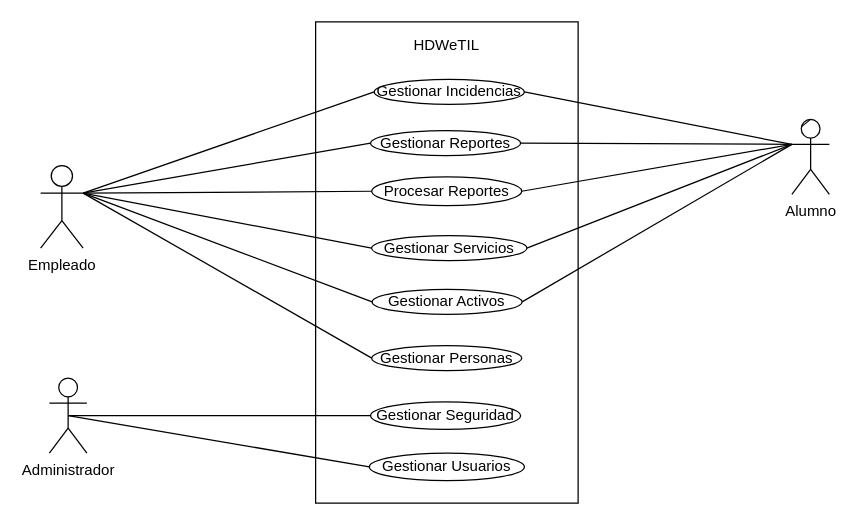
Above: page "CU-01" (1 of 4) of documentation/Modelo/Plan-Requisito/Casos_Uso/CasoUso.drawio in RodSebDaS/HDWeTIL (draw.io), before the change. Source tidied: cells renumbered, new cells numbered last; positions are measured from the earlier drawing's top-left corner, leaving out a move shared by most shapes. Both pictures are drawn from the tidied source at 125%, with x=0, y=0 at pixel (40, 21).
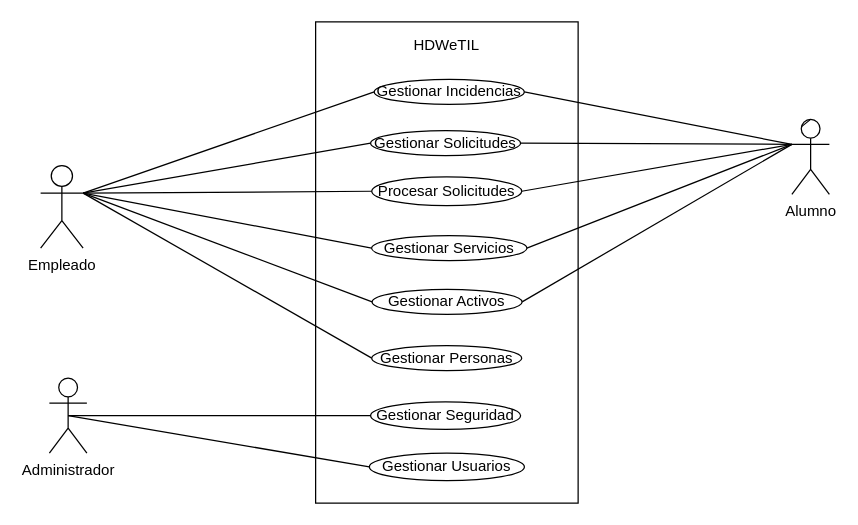
After the change.

What changed in the source:
```diff
@@
-    <mxCell id="15" value="Gestionar&amp;nbsp;Reportes" style="ellipse;whiteSpace=wrap;html=1;" parent="1" vertex="1">
+    <mxCell id="15" value="Gestionar&amp;nbsp;Solicitudes" style="ellipse;whiteSpace=wrap;html=1;" parent="1" vertex="1">
       <mxGeometry x="264" y="87" width="120" height="20" as="geometry" />
     </mxCell>
-    <mxCell id="16" value="Procesar Reportes" style="ellipse;whiteSpace=wrap;html=1;" parent="1" vertex="1">
+    <mxCell id="16" value="Procesar Solicitudes" style="ellipse;whiteSpace=wrap;html=1;" parent="1" vertex="1">
       <mxGeometry x="264.9" y="124" width="120" height="23" as="geometry" />
     </mxCell>
```
